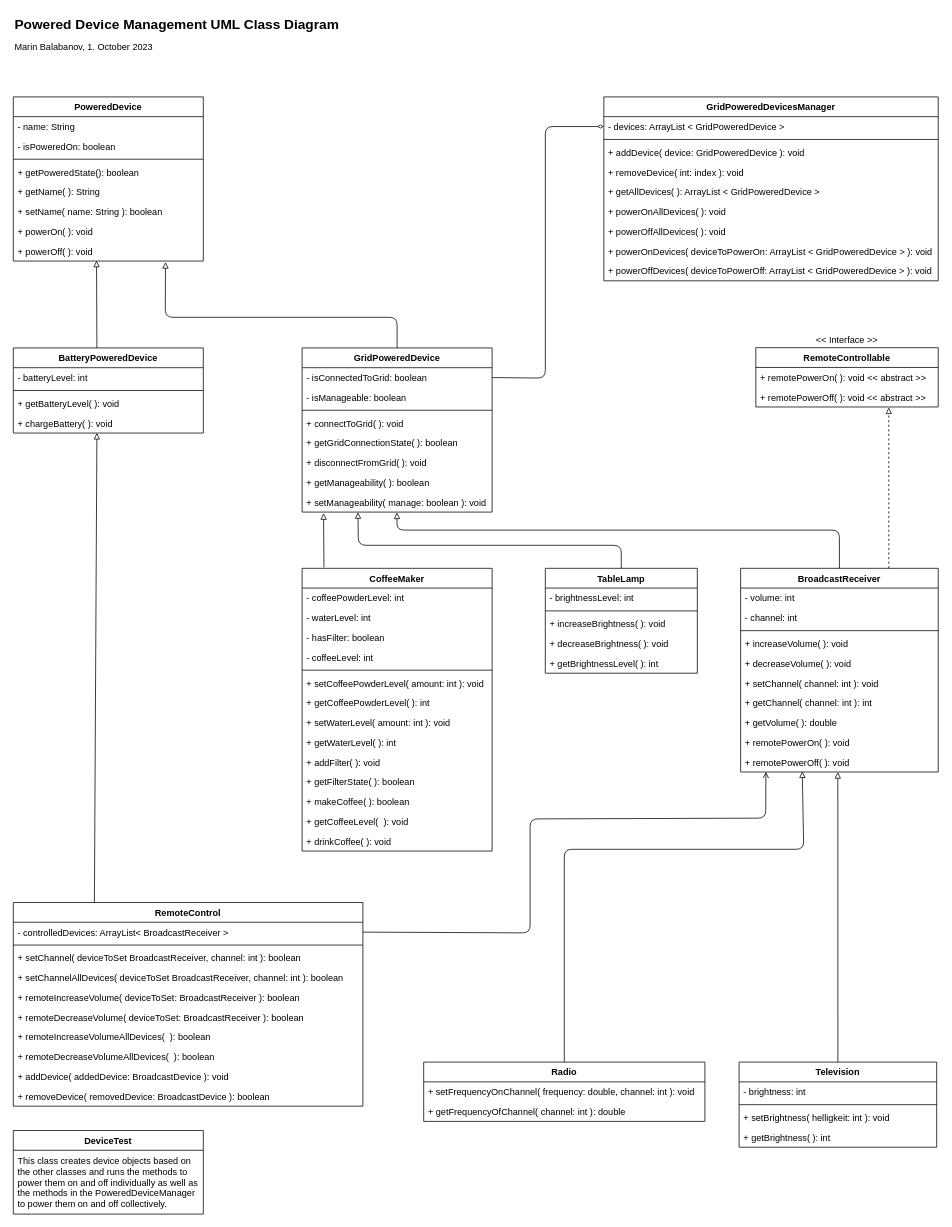
Earlier version of the draw.io diagram DevicesUML.drawio (mbalabanov/Devices). Source tidied: cells renumbered, new cells numbered last; positions are measured from the earlier drawing's top-left corner, leaving out a move shared by most shapes. Both pictures are drawn from the tidied source at 76%, with x=0, y=0 at pixel (13, 13).
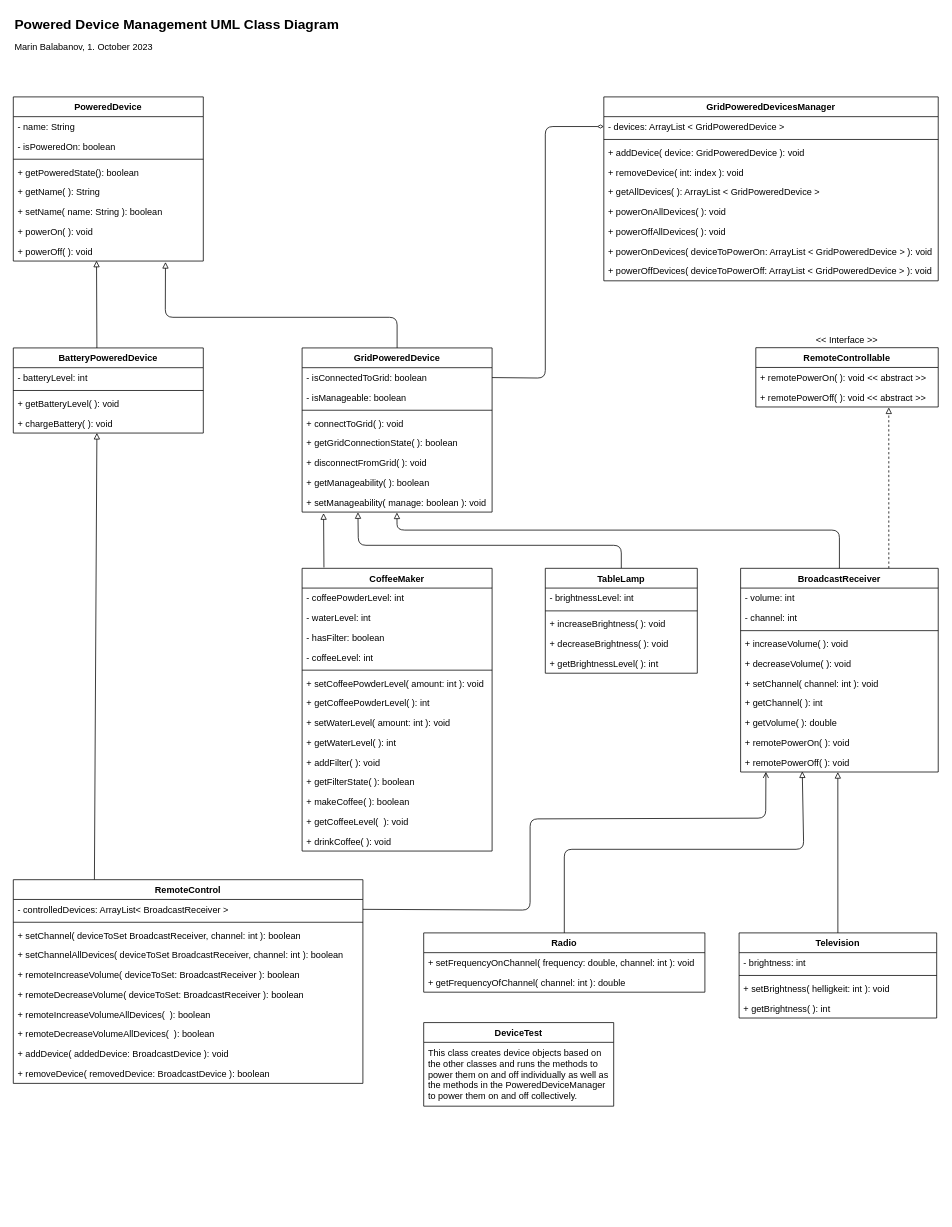
Above is the later version.

Commit message (it also covers changes not shown here):
Adapts layout of diagram

The change refers to these unchanged cells:
```xml
<mxCell id="23" value="BroadcastReceiver" style="swimlane;fontStyle=1;align=center;verticalAlign=top;horizontal=1;startSize=26;" parent="1" vertex="1">
  <mxGeometry x="957" y="730.3" width="260" height="268" as="geometry" />
</mxCell>
<mxCell id="33" value="+ remotePowerOff( ): void" style="text;strokeColor=none;fillColor=none;align=left;verticalAlign=top;spacingLeft=4;spacingRight=4;overflow=hidden;points=[[0,0.5],[1,0.5]];portConstraint=eastwest;" parent="23" vertex="1">
  <mxGeometry y="242" width="260" height="26" as="geometry" />
</mxCell>
<mxCell id="78" value="- controlledDevices: ArrayList&lt; BroadcastReceiver &gt;" style="text;strokeColor=none;fillColor=none;align=left;verticalAlign=top;spacingLeft=4;spacingRight=4;overflow=hidden;points=[[0,0.5],[1,0.5]];portConstraint=eastwest;" parent="77" vertex="1">
  <mxGeometry y="26" width="460" height="26" as="geometry" />
</mxCell>
```

Change to the diagram source:
```diff
@@
     <mxCell id="13" value="Radio" style="swimlane;fontStyle=1;align=center;verticalAlign=top;horizontal=1;startSize=26;" parent="1" vertex="1">
-      <mxGeometry x="540" y="1380" width="370" height="78" as="geometry" />
+      <mxGeometry x="540" y="1210" width="370" height="78" as="geometry" />
     </mxCell>
@@
     <mxCell id="17" value="Television" style="swimlane;fontStyle=1;align=center;verticalAlign=top;horizontal=1;startSize=26;" parent="1" vertex="1">
-      <mxGeometry x="955" y="1380" width="260" height="112" as="geometry" />
+      <mxGeometry x="955" y="1210" width="260" height="112" as="geometry" />
     </mxCell>
@@
-    <mxCell id="30" value="+ getChannel( channel: int ): int" style="text;strokeColor=none;fillColor=none;align=left;verticalAlign=top;spacingLeft=4;spacingRight=4;overflow=hidden;" parent="23" vertex="1">
+    <mxCell id="30" value="+ getChannel( ): int" style="text;strokeColor=none;fillColor=none;align=left;verticalAlign=top;spacingLeft=4;spacingRight=4;overflow=hidden;" parent="23" vertex="1">
       <mxGeometry y="164" width="260" height="26" as="geometry" />
     </mxCell>
@@
     <mxCell id="75" style="edgeStyle=none;html=1;entryX=0.128;entryY=0.992;entryDx=0;entryDy=0;exitX=1;exitY=0.5;exitDx=0;exitDy=0;endArrow=open;endFill=0;entryPerimeter=0;" parent="1" edge="1" source="78" target="33">
       <mxGeometry relative="1" as="geometry">
         <Array as="points">
-          <mxPoint x="680" y="1210" />
+          <mxPoint x="680" y="1180" />
           <mxPoint x="680" y="1060" />
           <mxPoint x="990" y="1059" />
         </Array>
       </mxGeometry>
     </mxCell>
@@
     <mxCell id="77" value="RemoteControl" style="swimlane;fontStyle=1;align=center;verticalAlign=top;horizontal=1;startSize=26;" parent="1" vertex="1">
-      <mxGeometry y="1170" width="460" height="268" as="geometry" />
+      <mxGeometry y="1140" width="460" height="268" as="geometry" />
     </mxCell>
@@
     <mxCell id="103" value="DeviceTest" style="swimlane;fontStyle=1;horizontal=1;startSize=26;fillColor=none;" parent="1" vertex="1">
-      <mxGeometry y="1470" width="250" height="110" as="geometry" />
+      <mxGeometry x="540" y="1328" width="250" height="110" as="geometry" />
     </mxCell>
```
